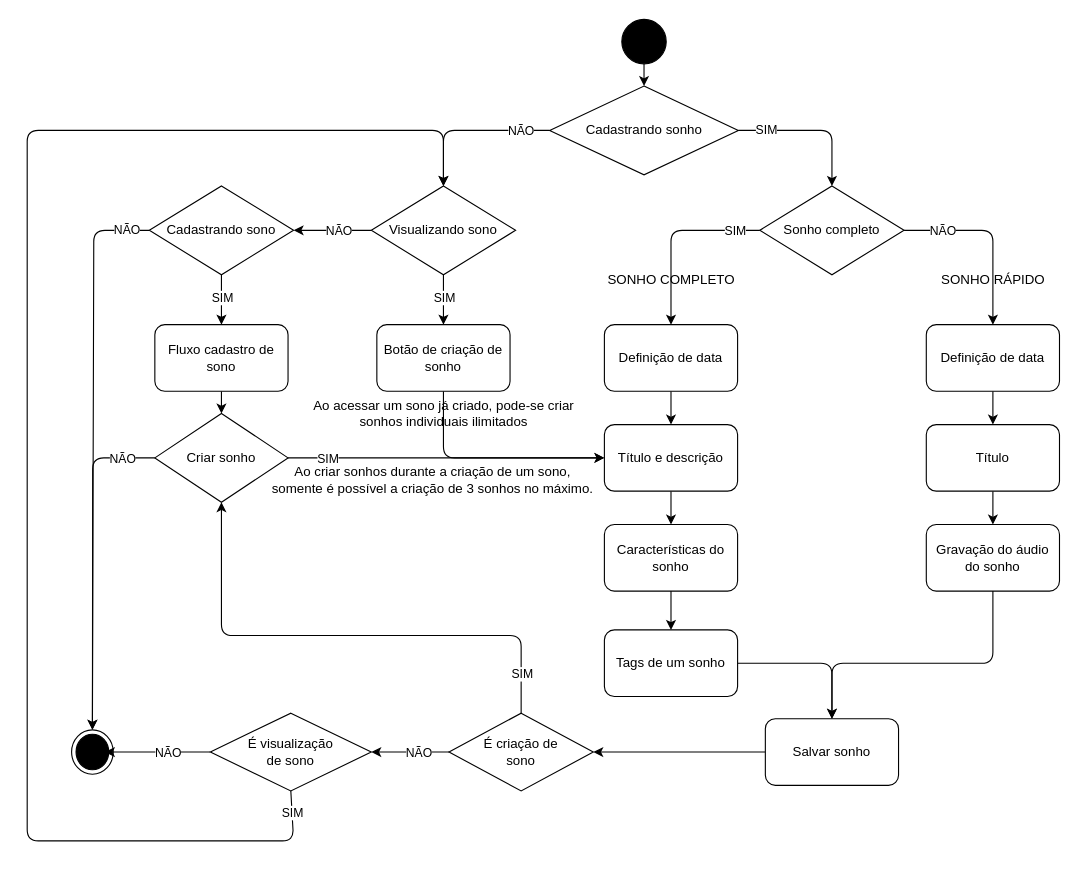
Earlier version of the draw.io diagram docs/diagramas_atividade/cadastro_de_sonho.drawio (raisson-souza/morfeus-backend). Source tidied: cells renumbered, new cells numbered last; positions are measured from the earlier drawing's top-left corner, leaving out a move shared by most shapes. Both pictures are drawn from the tidied source at 111%, with x=0, y=0 at pixel (27, 19).
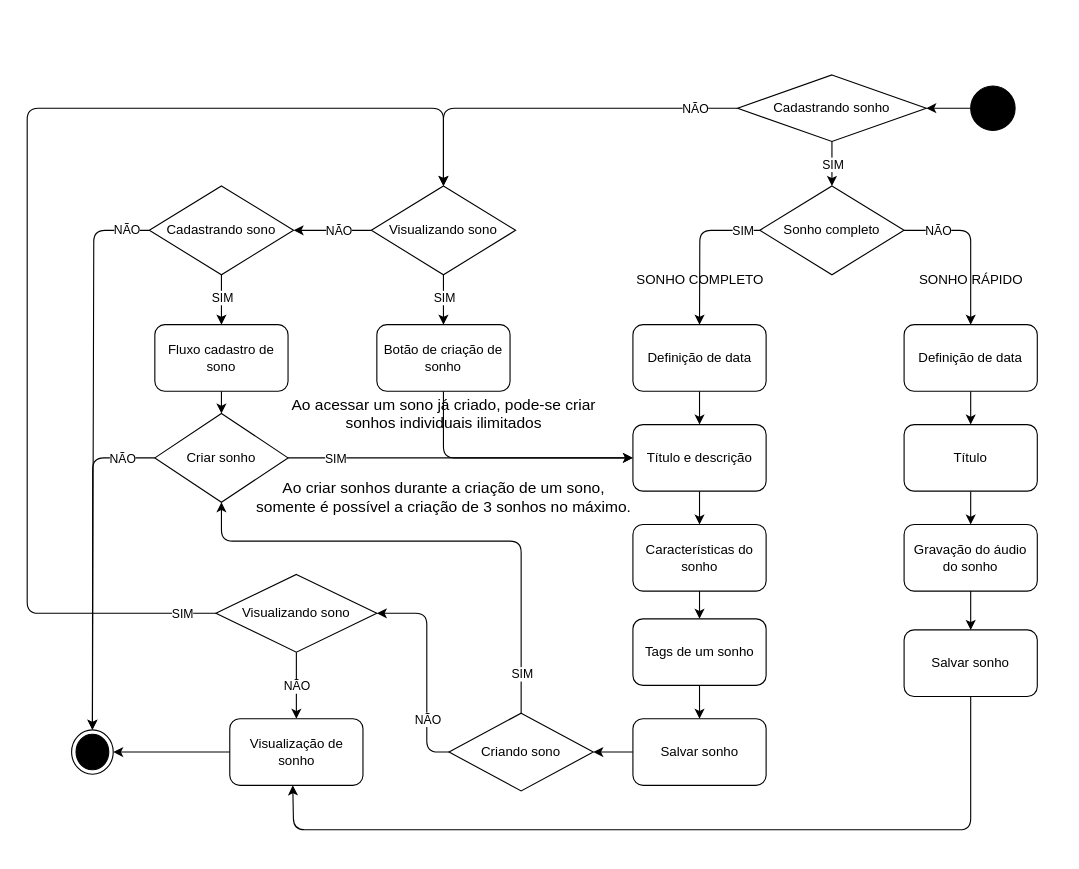
Above is the later version.

Commit message (it also covers changes not shown here):
- Atualização do diagrama de criação de sonho.

The change refers to these unchanged cells:
```xml
<mxCell id="10" style="edgeStyle=none;html=1;entryX=0.5;entryY=0;entryDx=0;entryDy=0;" parent="1" edge="1" source="12" target="29">
  <mxGeometry relative="1" as="geometry">
    <Array as="points">
      <mxPoint x="725" y="100" />
    </Array>
  </mxGeometry>
</mxCell>
<mxCell id="19" style="ellipse;html=1;shape=endState;fillColor=strokeColor;" parent="1" vertex="1">
  <mxGeometry x="40" y="640" width="37.5" height="40" as="geometry" />
</mxCell>
<mxCell id="24" value="Visualizando sono" style="rhombus;whiteSpace=wrap;html=1;" parent="1" vertex="1">
  <mxGeometry x="310" y="150" width="130" height="80" as="geometry" />
</mxCell>
<mxCell id="29" value="Sonho completo" style="rhombus;whiteSpace=wrap;html=1;" parent="1" vertex="1">
  <mxGeometry x="660" y="150" width="130" height="80" as="geometry" />
</mxCell>
<mxCell id="45" value="Criar sonho" style="rhombus;whiteSpace=wrap;html=1;" parent="1" vertex="1">
  <mxGeometry x="115" y="355" width="120" height="80" as="geometry" />
</mxCell>
```

Diff of the diagram source:
```diff
@@
-    <mxCell id="2" style="edgeStyle=none;html=1;entryX=0.5;entryY=0;entryDx=0;entryDy=0;" parent="1" edge="1" source="3" target="12">
+    <mxCell id="2" style="edgeStyle=none;html=1;entryX=1;entryY=0.5;entryDx=0;entryDy=0;" parent="1" edge="1" source="3" target="12">
       <mxGeometry relative="1" as="geometry" />
     </mxCell>
     <mxCell id="3" style="ellipse;fillColor=strokeColor;" parent="1" vertex="1">
-      <mxGeometry x="535.7" width="40" height="40" as="geometry" />
+      <mxGeometry x="850" y="60" width="40" height="40" as="geometry" />
     </mxCell>
@@
     <mxCell id="5" value="Título e descrição" style="rounded=1;whiteSpace=wrap;html=1;" parent="1" vertex="1">
-      <mxGeometry x="520" y="365" width="120" height="60" as="geometry" />
+      <mxGeometry x="545.7" y="365" width="120" height="60" as="geometry" />
     </mxCell>
@@
     <mxCell id="7" value="Características do sonho" style="rounded=1;whiteSpace=wrap;html=1;" parent="1" vertex="1">
-      <mxGeometry x="520" y="455" width="120" height="60" as="geometry" />
+      <mxGeometry x="545.7" y="455" width="120" height="60" as="geometry" />
     </mxCell>
     <mxCell id="8" style="edgeStyle=none;html=1;entryX=0.5;entryY=0;entryDx=0;entryDy=0;" parent="1" edge="1" source="12" target="24">
       <mxGeometry relative="1" as="geometry">
         <Array as="points">
-          <mxPoint x="375" y="100" />
+          <mxPoint x="375" y="80" />
         </Array>
       </mxGeometry>
     </mxCell>
     <mxCell id="9" value="NÃO" style="edgeLabel;html=1;align=center;verticalAlign=middle;" parent="8" vertex="1">
       <mxGeometry x="-0.57" y="2" relative="1" as="geometry">
-        <mxPoint x="5" y="-2" as="offset" />
+        <mxPoint x="33" y="-2" as="offset" />
       </mxGeometry>
     </mxCell>
@@
     <mxCell id="11" value="SIM" style="edgeLabel;html=1;align=center;verticalAlign=middle;" parent="10" vertex="1">
       <mxGeometry x="0.37" y="-1" relative="1" as="geometry">
-        <mxPoint x="-59" y="-8" as="offset" />
+        <mxPoint x="1" y="-1" as="offset" />
       </mxGeometry>
     </mxCell>
     <mxCell id="12" value="Cadastrando sonho" style="rhombus;whiteSpace=wrap;html=1;" parent="1" vertex="1">
-      <mxGeometry x="470.7" y="60" width="170" height="80" as="geometry" />
+      <mxGeometry x="640" y="50" width="170" height="60" as="geometry" />
     </mxCell>
@@
     <mxCell id="15" style="edgeStyle=none;html=1;entryX=0.5;entryY=0;entryDx=0;entryDy=0;" parent="1" edge="1" source="16" target="18">
-      <mxGeometry relative="1" as="geometry">
-        <Array as="points">
-          <mxPoint x="725" y="580" />
-        </Array>
-      </mxGeometry>
+      <mxGeometry relative="1" as="geometry" />
     </mxCell>
     <mxCell id="16" value="Tags de um sonho" style="rounded=1;whiteSpace=wrap;html=1;" parent="1" vertex="1">
-      <mxGeometry x="520" y="550" width="120" height="60" as="geometry" />
+      <mxGeometry x="545.7" y="540" width="120" height="60" as="geometry" />
     </mxCell>
@@
     <mxCell id="18" value="Salvar sonho" style="rounded=1;whiteSpace=wrap;html=1;" parent="1" vertex="1">
-      <mxGeometry x="665" y="630" width="120" height="60" as="geometry" />
+      <mxGeometry x="545.7" y="630" width="120" height="60" as="geometry" />
     </mxCell>
@@
     <mxCell id="25" style="edgeStyle=none;html=1;entryX=0.5;entryY=0;entryDx=0;entryDy=0;" parent="1" edge="1" source="29" target="52">
       <mxGeometry relative="1" as="geometry">
         <Array as="points">
-          <mxPoint x="870" y="190" />
+          <mxPoint x="850" y="190" />
         </Array>
       </mxGeometry>
     </mxCell>
@@
     <mxCell id="27" style="edgeStyle=none;html=1;entryX=0.5;entryY=0;entryDx=0;entryDy=0;" parent="1" edge="1" source="29" target="50">
       <mxGeometry relative="1" as="geometry">
         <Array as="points">
-          <mxPoint x="580" y="190" />
+          <mxPoint x="606" y="190" />
         </Array>
       </mxGeometry>
     </mxCell>
@@
     <mxCell id="31" value="Título" style="rounded=1;whiteSpace=wrap;html=1;" parent="1" vertex="1">
-      <mxGeometry x="810" y="365" width="120" height="60" as="geometry" />
+      <mxGeometry x="790" y="365" width="120" height="60" as="geometry" />
     </mxCell>
-    <mxCell id="32" style="edgeStyle=none;html=1;entryX=0.5;entryY=0;entryDx=0;entryDy=0;" parent="1" edge="1" source="33" target="18">
-      <mxGeometry relative="1" as="geometry">
-        <Array as="points">
-          <mxPoint x="870" y="580" />
-          <mxPoint x="725" y="580" />
-        </Array>
-      </mxGeometry>
-    </mxCell>
+    <mxCell id="64" style="edgeStyle=none;html=1;entryX=0.5;entryY=0;entryDx=0;entryDy=0;" parent="1" edge="1" source="33" target="66">
+      <mxGeometry relative="1" as="geometry" />
+    </mxCell>
     <mxCell id="33" value="Gravação do áudio do sonho" style="rounded=1;whiteSpace=wrap;html=1;" parent="1" vertex="1">
-      <mxGeometry x="810" y="455" width="120" height="60" as="geometry" />
+      <mxGeometry x="790" y="455" width="120" height="60" as="geometry" />
     </mxCell>
@@
-    <mxCell id="46" value="Ao criar sonhos durante a criação de um sono,&lt;br&gt;somente é possível a criação de 3 sonhos no máximo." style="text;html=1;align=center;verticalAlign=middle;strokeColor=none;fillColor=none;" parent="1" vertex="1">
-      <mxGeometry x="210" y="395" width="310" height="40" as="geometry" />
+    <mxCell id="46" value="&lt;font style=&quot;font-size: 14px;&quot;&gt;Ao criar sonhos durante a criação de um sono,&lt;br&gt;somente é possível a criação de 3 sonhos no máximo.&lt;/font&gt;" style="text;html=1;align=center;verticalAlign=middle;strokeColor=none;fillColor=none;" parent="1" vertex="1">
+      <mxGeometry x="195" y="405" width="360" height="50" as="geometry" />
     </mxCell>
     <mxCell id="47" value="SONHO RÁPIDO" style="text;html=1;align=center;verticalAlign=middle;strokeColor=none;fillColor=none;" parent="1" vertex="1">
-      <mxGeometry x="810" y="220" width="120" height="30" as="geometry" />
+      <mxGeometry x="790" y="220" width="120" height="30" as="geometry" />
     </mxCell>
     <mxCell id="48" value="SONHO COMPLETO" style="text;html=1;align=center;verticalAlign=middle;strokeColor=none;fillColor=none;" parent="1" vertex="1">
-      <mxGeometry x="510" y="220" width="140" height="30" as="geometry" />
+      <mxGeometry x="535.7" y="220" width="140" height="30" as="geometry" />
     </mxCell>
@@
     <mxCell id="50" value="Definição de data" style="rounded=1;whiteSpace=wrap;html=1;" parent="1" vertex="1">
-      <mxGeometry x="520" y="275" width="120" height="60" as="geometry" />
+      <mxGeometry x="545.7" y="275" width="120" height="60" as="geometry" />
     </mxCell>
@@
     <mxCell id="52" value="Definição de data" style="rounded=1;whiteSpace=wrap;html=1;" parent="1" vertex="1">
-      <mxGeometry x="810" y="275" width="120" height="60" as="geometry" />
+      <mxGeometry x="790" y="275" width="120" height="60" as="geometry" />
     </mxCell>
-    <mxCell id="53" value="Ao acessar um sono já criado, pode-se criar&lt;br&gt;sonhos individuais ilimitados" style="text;html=1;align=center;verticalAlign=middle;strokeColor=none;fillColor=none;" parent="1" vertex="1">
-      <mxGeometry x="245" y="335" width="260" height="40" as="geometry" />
+    <mxCell id="53" value="&lt;font style=&quot;font-size: 14px;&quot;&gt;Ao acessar um sono já criado, pode-se criar&lt;br&gt;sonhos individuais ilimitados&lt;/font&gt;" style="text;html=1;align=center;verticalAlign=middle;strokeColor=none;fillColor=none;" parent="1" vertex="1">
+      <mxGeometry x="225" y="330" width="300" height="50" as="geometry" />
     </mxCell>
     <mxCell id="54" style="edgeStyle=none;html=1;entryX=0.5;entryY=1;entryDx=0;entryDy=0;" parent="1" edge="1" source="58" target="45">
       <mxGeometry relative="1" as="geometry">
         <Array as="points">
-          <mxPoint x="445" y="555" />
-          <mxPoint x="175" y="555" />
+          <mxPoint x="445" y="470" />
+          <mxPoint x="175" y="470" />
         </Array>
       </mxGeometry>
     </mxCell>
@@
-    <mxCell id="56" style="edgeStyle=none;html=1;entryX=1;entryY=0.5;entryDx=0;entryDy=0;" parent="1" edge="1" source="58" target="63">
-      <mxGeometry relative="1" as="geometry" />
+    <mxCell id="56" style="edgeStyle=none;html=1;entryX=1;entryY=0.5;entryDx=0;entryDy=0;exitX=0;exitY=0.5;exitDx=0;exitDy=0;" parent="1" edge="1" source="58" target="63">
+      <mxGeometry relative="1" as="geometry">
+        <Array as="points">
+          <mxPoint x="360" y="660" />
+          <mxPoint x="360" y="535" />
+        </Array>
+      </mxGeometry>
     </mxCell>
     <mxCell id="57" value="NÃO" style="edgeLabel;html=1;align=center;verticalAlign=middle;" parent="56" vertex="1">
       <mxGeometry x="-0.53" y="2" relative="1" as="geometry">
-        <mxPoint x="-12" y="-2" as="offset" />
+        <mxPoint x="2" y="-5" as="offset" />
       </mxGeometry>
     </mxCell>
-    <mxCell id="58" value="É criação de&lt;br&gt;sono" style="rhombus;whiteSpace=wrap;html=1;" parent="1" vertex="1">
+    <mxCell id="58" value="Criando sono" style="rhombus;whiteSpace=wrap;html=1;" parent="1" vertex="1">
       <mxGeometry x="380" y="625" width="130" height="70" as="geometry" />
     </mxCell>
-    <mxCell id="59" style="edgeStyle=none;html=1;entryX=0.8;entryY=0.5;entryDx=0;entryDy=0;entryPerimeter=0;" parent="1" edge="1" source="63" target="19">
+    <mxCell id="59" style="edgeStyle=none;html=1;entryX=0.5;entryY=0;entryDx=0;entryDy=0;" parent="1" edge="1" source="63" target="68">
       <mxGeometry relative="1" as="geometry" />
     </mxCell>
     <mxCell id="60" value="NÃO" style="edgeLabel;html=1;align=center;verticalAlign=middle;" parent="59" vertex="1">
       <mxGeometry x="-0.33" relative="1" as="geometry">
-        <mxPoint x="-7" as="offset" />
+        <mxPoint y="10" as="offset" />
       </mxGeometry>
     </mxCell>
-    <mxCell id="61" style="edgeStyle=none;html=1;entryX=0.5;entryY=0;entryDx=0;entryDy=0;exitX=0.5;exitY=1;exitDx=0;exitDy=0;" parent="1" edge="1" source="63" target="24">
+    <mxCell id="61" style="edgeStyle=none;html=1;entryX=0.5;entryY=0;entryDx=0;entryDy=0;exitX=0;exitY=0.5;exitDx=0;exitDy=0;" parent="1" edge="1" source="63" target="24">
       <mxGeometry relative="1" as="geometry">
         <Array as="points">
-          <mxPoint x="240" y="740" />
-          <mxPoint y="740" />
-          <mxPoint y="100" />
-          <mxPoint x="375" y="100" />
+          <mxPoint y="535" />
+          <mxPoint y="80" />
+          <mxPoint x="375" y="80" />
         </Array>
       </mxGeometry>
     </mxCell>
     <mxCell id="62" value="SIM" style="edgeLabel;html=1;align=center;verticalAlign=middle;" parent="61" vertex="1">
       <mxGeometry x="-0.96" y="1" relative="1" as="geometry">
-        <mxPoint x="-1" y="-7" as="offset" />
+        <mxPoint x="-10" y="-1" as="offset" />
       </mxGeometry>
     </mxCell>
-    <mxCell id="63" value="É visualização&lt;br&gt;de sono" style="rhombus;whiteSpace=wrap;html=1;" parent="1" vertex="1">
-      <mxGeometry x="165" y="625" width="145" height="70" as="geometry" />
+    <mxCell id="63" value="Visualizando sono" style="rhombus;whiteSpace=wrap;html=1;" parent="1" vertex="1">
+      <mxGeometry x="170" y="500" width="145" height="70" as="geometry" />
     </mxCell>
+    <mxCell id="65" style="edgeStyle=none;html=1;entryX=0.473;entryY=1;entryDx=0;entryDy=0;entryPerimeter=0;" parent="1" edge="1" source="66" target="68">
+      <mxGeometry relative="1" as="geometry">
+        <Array as="points">
+          <mxPoint x="850" y="730" />
+          <mxPoint x="240" y="730" />
+        </Array>
+      </mxGeometry>
+    </mxCell>
+    <mxCell id="66" value="Salvar sonho" style="rounded=1;whiteSpace=wrap;html=1;" parent="1" vertex="1">
+      <mxGeometry x="790" y="550" width="120" height="60" as="geometry" />
+    </mxCell>
+    <mxCell id="67" style="edgeStyle=none;html=1;entryX=1;entryY=0.5;entryDx=0;entryDy=0;" parent="1" edge="1" source="68" target="19">
+      <mxGeometry relative="1" as="geometry" />
+    </mxCell>
+    <mxCell id="68" value="Visualização de&lt;br&gt;sonho" style="rounded=1;whiteSpace=wrap;html=1;" parent="1" vertex="1">
+      <mxGeometry x="182.5" y="630" width="120" height="60" as="geometry" />
+    </mxCell>
```
